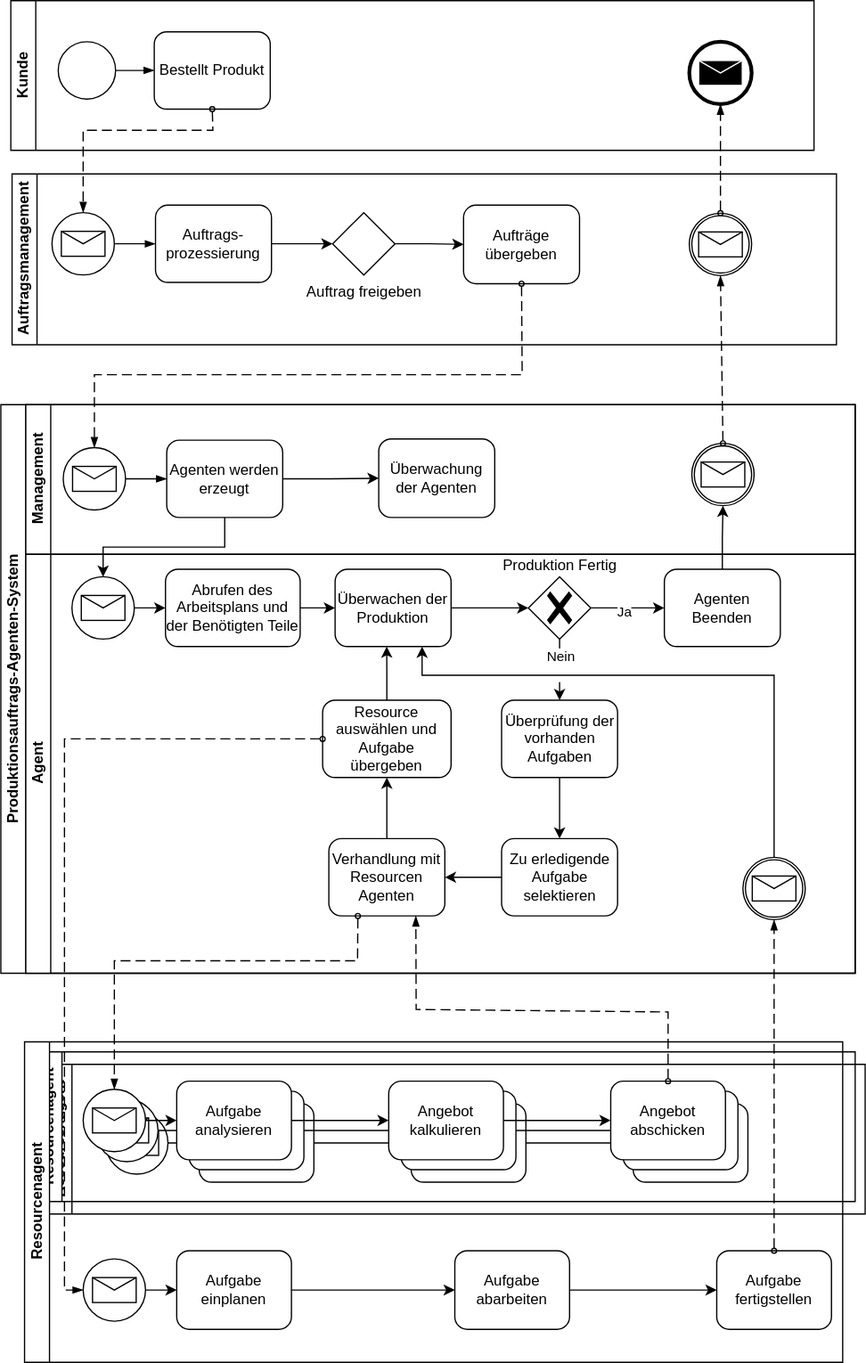
Before: LernfabrikMES.svg, a diagram exported from draw.io (IngolfHurst/BPMN). Source tidied: cells renumbered, new cells last; positions are measured from the earlier drawing's top-left corner, leaving out a move shared by most shapes.
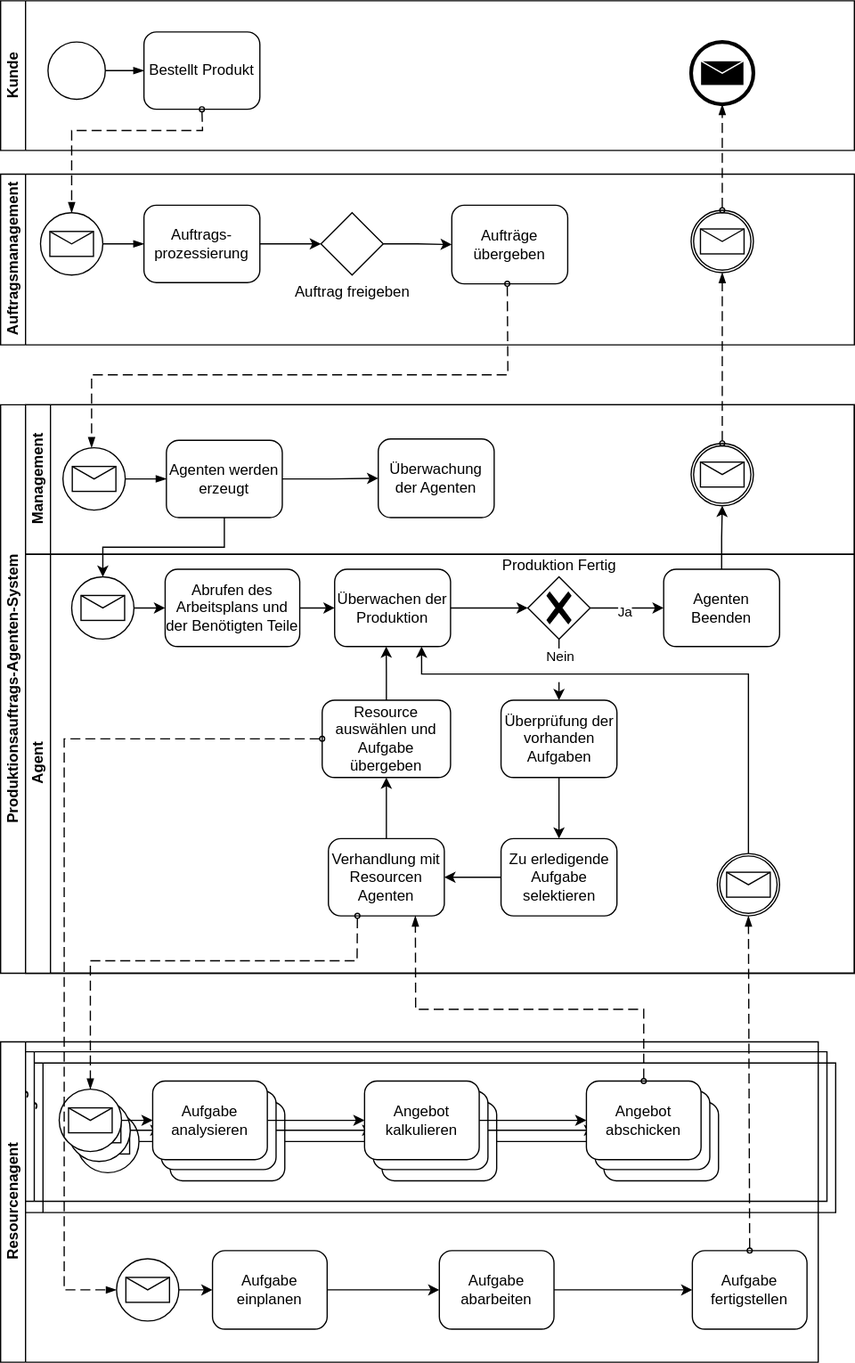
The same diagram one commit later.

The edit, as a diff of the source:
```diff
@@ -3,7 +3,7 @@
     <mxCell id="0" />
     <mxCell id="1" parent="0" />
     <mxCell id="2" value="Resourcenagent" style="swimlane;startSize=20;horizontal=0;html=1;whiteSpace=wrap;" parent="1" vertex="1">
-      <mxGeometry x="37" y="853" width="656" height="120" as="geometry" />
+      <mxGeometry x="14" y="852" width="656" height="120" as="geometry" />
     </mxCell>
     <mxCell id="3" style="points=[[0.145,0.145,0],[0.5,0,0],[0.855,0.145,0],[1,0.5,0],[0.855,0.855,0],[0.5,1,0],[0.145,0.855,0],[0,0.5,0]];shape=mxgraph.bpmn.event;html=1;verticalLabelPosition=bottom;labelBackgroundColor=#ffffff;verticalAlign=top;align=center;perimeter=ellipsePerimeter;outlineConnect=0;outline=standard;symbol=message;" parent="2" vertex="1">
       <mxGeometry x="47" y="38" width="50" height="50" as="geometry" />
@@ -27,7 +27,7 @@
       <mxGeometry relative="1" as="geometry" />
     </mxCell>
     <mxCell id="10" value="Resourcenagent" style="swimlane;startSize=20;horizontal=0;html=1;whiteSpace=wrap;" parent="1" vertex="1">
-      <mxGeometry x="29" y="843" width="656" height="120" as="geometry" />
+      <mxGeometry x="7" y="843" width="656" height="120" as="geometry" />
     </mxCell>
     <mxCell id="11" style="points=[[0.145,0.145,0],[0.5,0,0],[0.855,0.145,0],[1,0.5,0],[0.855,0.855,0],[0.5,1,0],[0.145,0.855,0],[0,0.5,0]];shape=mxgraph.bpmn.event;html=1;verticalLabelPosition=bottom;labelBackgroundColor=#ffffff;verticalAlign=top;align=center;perimeter=ellipsePerimeter;outlineConnect=0;outline=standard;symbol=message;" parent="10" vertex="1">
       <mxGeometry x="47" y="38" width="50" height="50" as="geometry" />
@@ -143,19 +143,19 @@
     <mxCell id="48" style="edgeStyle=orthogonalEdgeStyle;rounded=0;jettySize=auto;html=1;entryX=0.445;entryY=0.999;entryDx=0;entryDy=0;entryPerimeter=0;" parent="28" edge="1" source="47" target="33">
       <mxGeometry relative="1" as="geometry" />
     </mxCell>
-    <mxCell id="49" style="edgeStyle=orthogonalEdgeStyle;rounded=0;jettySize=auto;html=1;exitX=0.5;exitY=0;exitDx=0;exitDy=0;exitPerimeter=0;entryX=0.75;entryY=1;entryDx=0;entryDy=0;entryPerimeter=0;" parent="28" edge="1" source="50" target="33">
+    <mxCell id="49" style="edgeStyle=orthogonalEdgeStyle;rounded=0;jettySize=auto;html=1;entryX=0.75;entryY=1;entryDx=0;entryDy=0;entryPerimeter=0;exitX=0.5;exitY=0;exitDx=0;exitDy=0;exitPerimeter=0;" parent="28" edge="1" source="50" target="33">
       <mxGeometry relative="1" as="geometry">
         <Array as="points">
-          <mxPoint x="600" y="97" />
-          <mxPoint x="318" y="97" />
+          <mxPoint x="580" y="96" />
+          <mxPoint x="318" y="96" />
         </Array>
       </mxGeometry>
     </mxCell>
     <mxCell id="50" style="points=[[0.145,0.145,0],[0.5,0,0],[0.855,0.145,0],[1,0.5,0],[0.855,0.855,0],[0.5,1,0],[0.145,0.855,0],[0,0.5,0]];shape=mxgraph.bpmn.event;html=1;verticalLabelPosition=bottom;labelBackgroundColor=#ffffff;verticalAlign=top;align=center;perimeter=ellipsePerimeter;outlineConnect=0;outline=boundInt;symbol=message;" parent="28" vertex="1">
-      <mxGeometry x="575" y="243" width="50" height="50" as="geometry" />
+      <mxGeometry x="555" y="240" width="50" height="50" as="geometry" />
     </mxCell>
     <mxCell id="51" value="Kunde" style="swimlane;startSize=20;horizontal=0;html=1;whiteSpace=wrap;" parent="1" vertex="1">
-      <mxGeometry x="8" width="644" height="120" as="geometry" />
+      <mxGeometry width="685" height="120" as="geometry" />
     </mxCell>
     <mxCell id="52" value="Bestellt Produkt" style="points=[[0.25,0,0],[0.5,0,0],[0.75,0,0],[1,0.25,0],[1,0.5,0],[1,0.75,0],[0.75,1,0],[0.5,1,0],[0.25,1,0],[0,0.75,0],[0,0.5,0],[0,0.25,0]];shape=mxgraph.bpmn.task2;whiteSpace=wrap;rectStyle=rounded;size=10;html=1;taskMarker=abstract;" parent="51" vertex="1">
       <mxGeometry x="115" y="25" width="93" height="62" as="geometry" />
@@ -167,10 +167,10 @@
       <mxGeometry relative="1" as="geometry" />
     </mxCell>
     <mxCell id="55" style="points=[[0.145,0.145,0],[0.5,0,0],[0.855,0.145,0],[1,0.5,0],[0.855,0.855,0],[0.5,1,0],[0.145,0.855,0],[0,0.5,0]];shape=mxgraph.bpmn.event;html=1;verticalLabelPosition=bottom;labelBackgroundColor=#ffffff;verticalAlign=top;align=center;perimeter=ellipsePerimeter;outlineConnect=0;outline=end;symbol=message;" parent="51" vertex="1">
-      <mxGeometry x="544" y="33" width="50" height="50" as="geometry" />
+      <mxGeometry x="554" y="33" width="50" height="50" as="geometry" />
     </mxCell>
     <mxCell id="56" value="Auftragsmanagement" style="swimlane;startSize=20;horizontal=0;html=1;whiteSpace=wrap;" parent="1" vertex="1">
-      <mxGeometry x="9" y="139" width="661" height="137" as="geometry" />
+      <mxGeometry y="139" width="685" height="137" as="geometry" />
     </mxCell>
     <mxCell id="57" value="Auftrags-prozessierung" style="points=[[0.25,0,0],[0.5,0,0],[0.75,0,0],[1,0.25,0],[1,0.5,0],[1,0.75,0],[0.75,1,0],[0.5,1,0],[0.25,1,0],[0,0.75,0],[0,0.5,0],[0,0.25,0]];shape=mxgraph.bpmn.task2;whiteSpace=wrap;rectStyle=rounded;size=10;html=1;taskMarker=abstract;" parent="56" vertex="1">
       <mxGeometry x="115" y="25" width="93" height="62" as="geometry" />
@@ -194,24 +194,26 @@
       <mxGeometry relative="1" as="geometry" />
     </mxCell>
     <mxCell id="64" style="points=[[0.145,0.145,0],[0.5,0,0],[0.855,0.145,0],[1,0.5,0],[0.855,0.855,0],[0.5,1,0],[0.145,0.855,0],[0,0.5,0]];shape=mxgraph.bpmn.event;html=1;verticalLabelPosition=bottom;labelBackgroundColor=#ffffff;verticalAlign=top;align=center;perimeter=ellipsePerimeter;outlineConnect=0;outline=catching;symbol=message;" parent="56" vertex="1">
-      <mxGeometry x="543" y="31.5" width="50" height="50" as="geometry" />
+      <mxGeometry x="554" y="29" width="50" height="50" as="geometry" />
     </mxCell>
     <mxCell id="65" style="dashed=1;dashPattern=8 4;endArrow=blockThin;endFill=1;startArrow=oval;startFill=0;endSize=6;startSize=4;html=1;rounded=0;exitX=0.5;exitY=1;exitDx=0;exitDy=0;exitPerimeter=0;entryX=0.5;entryY=0;entryDx=0;entryDy=0;entryPerimeter=0;" parent="1" edge="1" source="52" target="60">
       <mxGeometry relative="1" as="geometry">
         <Array as="points">
-          <mxPoint x="170" y="104" />
-          <mxPoint x="66" y="104" />
+          <mxPoint x="162" y="104" />
+          <mxPoint x="57" y="104" />
         </Array>
       </mxGeometry>
     </mxCell>
     <mxCell id="66" style="dashed=1;dashPattern=8 4;endArrow=blockThin;endFill=1;startArrow=oval;startFill=0;endSize=6;startSize=4;html=1;rounded=0;entryX=0.5;entryY=1;entryDx=0;entryDy=0;entryPerimeter=0;exitX=0.5;exitY=0;exitDx=0;exitDy=0;exitPerimeter=0;" parent="1" edge="1" source="64" target="55">
       <mxGeometry relative="1" as="geometry" />
     </mxCell>
-    <mxCell id="67" style="dashed=1;dashPattern=8 4;endArrow=blockThin;endFill=1;startArrow=oval;startFill=0;endSize=6;startSize=4;html=1;rounded=0;exitX=0.5;exitY=1;exitDx=0;exitDy=0;exitPerimeter=0;entryX=0.5;entryY=0;entryDx=0;entryDy=0;entryPerimeter=0;" parent="1" edge="1" source="59" target="23">
+    <mxCell id="67" style="dashed=1;dashPattern=8 4;endArrow=blockThin;endFill=1;startArrow=oval;startFill=0;endSize=6;startSize=4;html=1;rounded=0;exitX=0.5;exitY=1;exitDx=0;exitDy=0;exitPerimeter=0;entryX=0.5;entryY=0;entryDx=0;entryDy=0;entryPerimeter=0;" parent="1" edge="1">
       <mxGeometry relative="1" as="geometry">
+        <mxPoint x="406.5" y="227" as="sourcePoint" />
+        <mxPoint x="73" y="358.5" as="targetPoint" />
         <Array as="points">
-          <mxPoint x="418" y="300" />
-          <mxPoint x="75" y="300" />
+          <mxPoint x="407" y="300" />
+          <mxPoint x="73" y="300" />
         </Array>
       </mxGeometry>
     </mxCell>
@@ -219,7 +221,7 @@
       <mxGeometry relative="1" as="geometry" />
     </mxCell>
     <mxCell id="69" value="Resourcenagent" style="swimlane;startSize=20;horizontal=0;html=1;whiteSpace=wrap;" parent="1" vertex="1">
-      <mxGeometry x="19" y="835" width="656" height="257" as="geometry" />
+      <mxGeometry y="835" width="656" height="257" as="geometry" />
     </mxCell>
     <mxCell id="70" style="points=[[0.145,0.145,0],[0.5,0,0],[0.855,0.145,0],[1,0.5,0],[0.855,0.855,0],[0.5,1,0],[0.145,0.855,0],[0,0.5,0]];shape=mxgraph.bpmn.event;html=1;verticalLabelPosition=bottom;labelBackgroundColor=#ffffff;verticalAlign=top;align=center;perimeter=ellipsePerimeter;outlineConnect=0;outline=standard;symbol=message;" parent="69" vertex="1">
       <mxGeometry x="47" y="38" width="50" height="50" as="geometry" />
@@ -243,19 +245,19 @@
       <mxGeometry relative="1" as="geometry" />
     </mxCell>
     <mxCell id="77" style="points=[[0.145,0.145,0],[0.5,0,0],[0.855,0.145,0],[1,0.5,0],[0.855,0.855,0],[0.5,1,0],[0.145,0.855,0],[0,0.5,0]];shape=mxgraph.bpmn.event;html=1;verticalLabelPosition=bottom;labelBackgroundColor=#ffffff;verticalAlign=top;align=center;perimeter=ellipsePerimeter;outlineConnect=0;outline=standard;symbol=message;" parent="69" vertex="1">
-      <mxGeometry x="47" y="174" width="50" height="50" as="geometry" />
+      <mxGeometry x="93" y="174" width="50" height="50" as="geometry" />
     </mxCell>
     <mxCell id="78" style="edgeStyle=orthogonalEdgeStyle;rounded=0;jettySize=auto;html=1;" parent="69" edge="1" source="79" target="81">
       <mxGeometry relative="1" as="geometry" />
     </mxCell>
     <mxCell id="79" value="Aufgabe einplanen" style="points=[[0.25,0,0],[0.5,0,0],[0.75,0,0],[1,0.25,0],[1,0.5,0],[1,0.75,0],[0.75,1,0],[0.5,1,0],[0.25,1,0],[0,0.75,0],[0,0.5,0],[0,0.25,0]];shape=mxgraph.bpmn.task2;whiteSpace=wrap;rectStyle=rounded;size=10;html=1;taskMarker=abstract;" parent="69" vertex="1">
-      <mxGeometry x="122" y="167.5" width="92" height="63" as="geometry" />
+      <mxGeometry x="170" y="167.5" width="92" height="63" as="geometry" />
     </mxCell>
     <mxCell id="80" style="edgeStyle=orthogonalEdgeStyle;rounded=0;jettySize=auto;html=1;" parent="69" edge="1" source="81" target="82">
       <mxGeometry relative="1" as="geometry" />
     </mxCell>
     <mxCell id="81" value="Aufgabe abarbeiten" style="points=[[0.25,0,0],[0.5,0,0],[0.75,0,0],[1,0.25,0],[1,0.5,0],[1,0.75,0],[0.75,1,0],[0.5,1,0],[0.25,1,0],[0,0.75,0],[0,0.5,0],[0,0.25,0]];shape=mxgraph.bpmn.task2;whiteSpace=wrap;rectStyle=rounded;size=10;html=1;taskMarker=abstract;" parent="69" vertex="1">
-      <mxGeometry x="345" y="167.5" width="92" height="63" as="geometry" />
+      <mxGeometry x="352" y="167.5" width="92" height="63" as="geometry" />
     </mxCell>
     <mxCell id="82" value="Aufgabe fertigstellen" style="points=[[0.25,0,0],[0.5,0,0],[0.75,0,0],[1,0.25,0],[1,0.5,0],[1,0.75,0],[0.75,1,0],[0.5,1,0],[0.25,1,0],[0,0.75,0],[0,0.5,0],[0,0.25,0]];shape=mxgraph.bpmn.task2;whiteSpace=wrap;rectStyle=rounded;size=10;html=1;taskMarker=abstract;" parent="69" vertex="1">
       <mxGeometry x="555" y="167.5" width="92" height="63" as="geometry" />
@@ -267,14 +269,14 @@
       <mxGeometry relative="1" as="geometry">
         <Array as="points">
           <mxPoint x="286" y="770" />
-          <mxPoint x="91" y="770" />
+          <mxPoint x="72" y="770" />
         </Array>
       </mxGeometry>
     </mxCell>
     <mxCell id="85" style="dashed=1;dashPattern=8 4;endArrow=blockThin;endFill=1;startArrow=oval;startFill=0;endSize=6;startSize=4;html=1;rounded=0;entryX=0.75;entryY=1;entryDx=0;entryDy=0;entryPerimeter=0;exitX=0.5;exitY=0;exitDx=0;exitDy=0;exitPerimeter=0;" parent="1" edge="1" source="75" target="46">
       <mxGeometry relative="1" as="geometry">
         <Array as="points">
-          <mxPoint x="535" y="811" />
+          <mxPoint x="516" y="809" />
           <mxPoint x="333" y="809" />
         </Array>
       </mxGeometry>
@@ -288,11 +290,7 @@
       </mxGeometry>
     </mxCell>
     <mxCell id="87" style="dashed=1;dashPattern=8 4;endArrow=blockThin;endFill=1;startArrow=oval;startFill=0;endSize=6;startSize=4;html=1;rounded=0;exitX=0.5;exitY=0;exitDx=0;exitDy=0;exitPerimeter=0;entryX=0.5;entryY=1;entryDx=0;entryDy=0;entryPerimeter=0;" parent="1" edge="1" source="82" target="50">
-      <mxGeometry relative="1" as="geometry">
-        <Array as="points">
-          <mxPoint x="620" y="835" />
-        </Array>
-      </mxGeometry>
+      <mxGeometry relative="1" as="geometry" />
     </mxCell>
   </root>
 </mxGraphModel>
```
